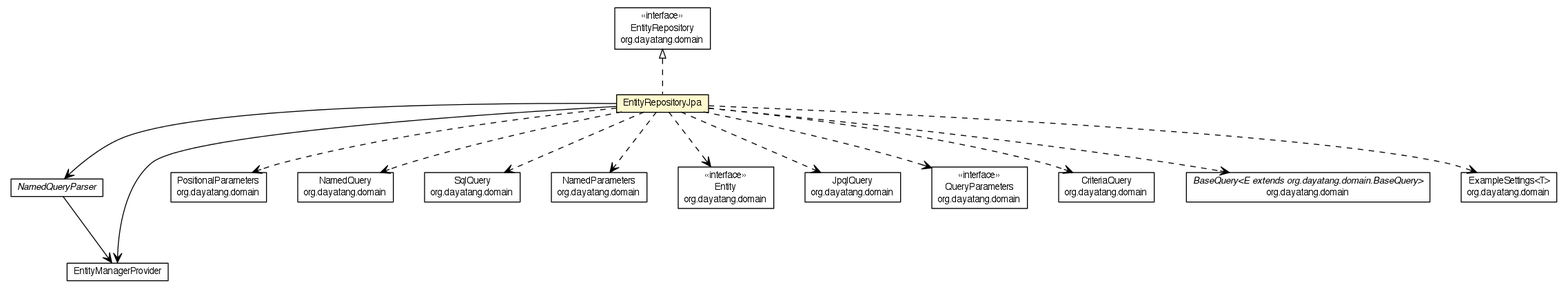
The Graphviz diagram dddlib-persistence/dddlib-persistence-jpa/apidocs/org/dayatang/persistence/jpa/EntityRepositoryJpa.png in dayatang/dddlib, before a commit. Its source is kept beside it as dddlib-persistence/dddlib-persistence-jpa/apidocs/org/dayatang/persistence/jpa/EntityRepositoryJpa.dot.
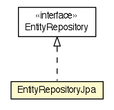
Above is the later version.

The edit, as a diff of the source:
```diff
@@ -4,102 +4,16 @@
 	node [fontname="Helvetica",fontsize=10,shape=plaintext];
 	nodesep=0.25;
 	ranksep=0.5;
-	c51 [label=<<table title="org.dayatang.persistence.jpa.NamedQueryParser" border="0" cellborder="1" cellspacing="0" cellpadding="2" port="p" href="./NamedQueryParser.html">
-		<tr><td><table border="0" cellspacing="0" cellpadding="1">
-<tr><td align="center" balign="center"><font face="Helvetica-Oblique"> NamedQueryParser </font></td></tr>
-		</table></td></tr>
-		</table>>, URL="./NamedQueryParser.html", fontname="Helvetica", fontcolor="black", fontsize=10.0];
-	c52 [label=<<table title="org.dayatang.persistence.jpa.EntityRepositoryJpa" border="0" cellborder="1" cellspacing="0" cellpadding="2" port="p" bgcolor="lemonChiffon" href="./EntityRepositoryJpa.html">
+	c26 [label=<<table title="org.dayatang.persistence.jpa.EntityRepositoryJpa" border="0" cellborder="1" cellspacing="0" cellpadding="2" port="p" bgcolor="lemonChiffon" href="./EntityRepositoryJpa.html">
 		<tr><td><table border="0" cellspacing="0" cellpadding="1">
 <tr><td align="center" balign="center"> EntityRepositoryJpa </td></tr>
 		</table></td></tr>
 		</table>>, URL="./EntityRepositoryJpa.html", fontname="Helvetica", fontcolor="black", fontsize=10.0];
-	c53 [label=<<table title="org.dayatang.persistence.jpa.EntityManagerProvider" border="0" cellborder="1" cellspacing="0" cellpadding="2" port="p" href="./EntityManagerProvider.html">
-		<tr><td><table border="0" cellspacing="0" cellpadding="1">
-<tr><td align="center" balign="center"> EntityManagerProvider </td></tr>
-		</table></td></tr>
-		</table>>, URL="./EntityManagerProvider.html", fontname="Helvetica", fontcolor="black", fontsize=10.0];
-	c57:p -> c52:p [dir=back,arrowtail=empty,style=dashed];
-	c51:p -> c53:p [taillabel="", label=" "headlabel="", fontname="Helvetica", fontcolor="black", fontsize=10.0, color="black", arrowhead=open];
-	c52:p -> c51:p [taillabel="", label=" "headlabel="", fontname="Helvetica", fontcolor="black", fontsize=10.0, color="black", arrowhead=open];
-	c52:p -> c53:p [taillabel="", label=" "headlabel="", fontname="Helvetica", fontcolor="black", fontsize=10.0, color="black", arrowhead=open];
-	c52:p -> c58:p [taillabel="", label=" "headlabel="", fontname="Helvetica", fontcolor="black", fontsize=10.0, color="black", arrowhead=open, style=dashed];
-	c52:p -> c59:p [taillabel="", label=" "headlabel="", fontname="Helvetica", fontcolor="black", fontsize=10.0, color="black", arrowhead=open, style=dashed];
-	c52:p -> c60:p [taillabel="", label=" "headlabel="", fontname="Helvetica", fontcolor="black", fontsize=10.0, color="black", arrowhead=open, style=dashed];
-	c52:p -> c61:p [taillabel="", label=" "headlabel="", fontname="Helvetica", fontcolor="black", fontsize=10.0, color="black", arrowhead=open, style=dashed];
-	c52:p -> c62:p [taillabel="", label=" "headlabel="", fontname="Helvetica", fontcolor="black", fontsize=10.0, color="black", arrowhead=open, style=dashed];
-	c52:p -> c63:p [taillabel="", label=" "headlabel="", fontname="Helvetica", fontcolor="black", fontsize=10.0, color="black", arrowhead=open, style=dashed];
-	c52:p -> c64:p [taillabel="", label=" "headlabel="", fontname="Helvetica", fontcolor="black", fontsize=10.0, color="black", arrowhead=open, style=dashed];
-	c52:p -> c65:p [taillabel="", label=" "headlabel="", fontname="Helvetica", fontcolor="black", fontsize=10.0, color="black", arrowhead=open, style=dashed];
-	c52:p -> c66:p [taillabel="", label=" "headlabel="", fontname="Helvetica", fontcolor="black", fontsize=10.0, color="black", arrowhead=open, style=dashed];
-	c52:p -> c67:p [taillabel="", label=" "headlabel="", fontname="Helvetica", fontcolor="black", fontsize=10.0, color="black", arrowhead=open, style=dashed];
-	c61 [label=<<table title="org.dayatang.domain.NamedParameters" border="0" cellborder="1" cellspacing="0" cellpadding="2" port="p" href="http://java.sun.com/j2se/1.4.2/docs/api/org/dayatang/domain/NamedParameters.html">
-		<tr><td><table border="0" cellspacing="0" cellpadding="1">
-<tr><td align="center" balign="center"> NamedParameters </td></tr>
-<tr><td align="center" balign="center"> org.dayatang.domain </td></tr>
-		</table></td></tr>
-		</table>>, URL="http://java.sun.com/j2se/1.4.2/docs/api/org/dayatang/domain/NamedParameters.html", fontname="Helvetica", fontcolor="black", fontsize=10.0];
-	c67 [label=<<table title="org.dayatang.domain.ExampleSettings" border="0" cellborder="1" cellspacing="0" cellpadding="2" port="p" href="http://java.sun.com/j2se/1.4.2/docs/api/org/dayatang/domain/ExampleSettings.html">
-		<tr><td><table border="0" cellspacing="0" cellpadding="1">
-<tr><td align="center" balign="center"> ExampleSettings&lt;T&gt; </td></tr>
-<tr><td align="center" balign="center"> org.dayatang.domain </td></tr>
-		</table></td></tr>
-		</table>>, URL="http://java.sun.com/j2se/1.4.2/docs/api/org/dayatang/domain/ExampleSettings.html", fontname="Helvetica", fontcolor="black", fontsize=10.0];
-	c65 [label=<<table title="org.dayatang.domain.CriteriaQuery" border="0" cellborder="1" cellspacing="0" cellpadding="2" port="p" href="http://java.sun.com/j2se/1.4.2/docs/api/org/dayatang/domain/CriteriaQuery.html">
-		<tr><td><table border="0" cellspacing="0" cellpadding="1">
-<tr><td align="center" balign="center"> CriteriaQuery </td></tr>
-<tr><td align="center" balign="center"> org.dayatang.domain </td></tr>
-		</table></td></tr>
-		</table>>, URL="http://java.sun.com/j2se/1.4.2/docs/api/org/dayatang/domain/CriteriaQuery.html", fontname="Helvetica", fontcolor="black", fontsize=10.0];
-	c59 [label=<<table title="org.dayatang.domain.NamedQuery" border="0" cellborder="1" cellspacing="0" cellpadding="2" port="p" href="http://java.sun.com/j2se/1.4.2/docs/api/org/dayatang/domain/NamedQuery.html">
-		<tr><td><table border="0" cellspacing="0" cellpadding="1">
-<tr><td align="center" balign="center"> NamedQuery </td></tr>
-<tr><td align="center" balign="center"> org.dayatang.domain </td></tr>
-		</table></td></tr>
-		</table>>, URL="http://java.sun.com/j2se/1.4.2/docs/api/org/dayatang/domain/NamedQuery.html", fontname="Helvetica", fontcolor="black", fontsize=10.0];
-	c58 [label=<<table title="org.dayatang.domain.PositionalParameters" border="0" cellborder="1" cellspacing="0" cellpadding="2" port="p" href="http://java.sun.com/j2se/1.4.2/docs/api/org/dayatang/domain/PositionalParameters.html">
-		<tr><td><table border="0" cellspacing="0" cellpadding="1">
-<tr><td align="center" balign="center"> PositionalParameters </td></tr>
-<tr><td align="center" balign="center"> org.dayatang.domain </td></tr>
-		</table></td></tr>
-		</table>>, URL="http://java.sun.com/j2se/1.4.2/docs/api/org/dayatang/domain/PositionalParameters.html", fontname="Helvetica", fontcolor="black", fontsize=10.0];
-	c64 [label=<<table title="org.dayatang.domain.QueryParameters" border="0" cellborder="1" cellspacing="0" cellpadding="2" port="p" href="http://java.sun.com/j2se/1.4.2/docs/api/org/dayatang/domain/QueryParameters.html">
-		<tr><td><table border="0" cellspacing="0" cellpadding="1">
-<tr><td align="center" balign="center"> &#171;interface&#187; </td></tr>
-<tr><td align="center" balign="center"> QueryParameters </td></tr>
-<tr><td align="center" balign="center"> org.dayatang.domain </td></tr>
-		</table></td></tr>
-		</table>>, URL="http://java.sun.com/j2se/1.4.2/docs/api/org/dayatang/domain/QueryParameters.html", fontname="Helvetica", fontcolor="black", fontsize=10.0];
-	c63 [label=<<table title="org.dayatang.domain.JpqlQuery" border="0" cellborder="1" cellspacing="0" cellpadding="2" port="p" href="http://java.sun.com/j2se/1.4.2/docs/api/org/dayatang/domain/JpqlQuery.html">
-		<tr><td><table border="0" cellspacing="0" cellpadding="1">
-<tr><td align="center" balign="center"> JpqlQuery </td></tr>
-<tr><td align="center" balign="center"> org.dayatang.domain </td></tr>
-		</table></td></tr>
-		</table>>, URL="http://java.sun.com/j2se/1.4.2/docs/api/org/dayatang/domain/JpqlQuery.html", fontname="Helvetica", fontcolor="black", fontsize=10.0];
-	c60 [label=<<table title="org.dayatang.domain.SqlQuery" border="0" cellborder="1" cellspacing="0" cellpadding="2" port="p" href="http://java.sun.com/j2se/1.4.2/docs/api/org/dayatang/domain/SqlQuery.html">
-		<tr><td><table border="0" cellspacing="0" cellpadding="1">
-<tr><td align="center" balign="center"> SqlQuery </td></tr>
-<tr><td align="center" balign="center"> org.dayatang.domain </td></tr>
-		</table></td></tr>
-		</table>>, URL="http://java.sun.com/j2se/1.4.2/docs/api/org/dayatang/domain/SqlQuery.html", fontname="Helvetica", fontcolor="black", fontsize=10.0];
-	c57 [label=<<table title="org.dayatang.domain.EntityRepository" border="0" cellborder="1" cellspacing="0" cellpadding="2" port="p" href="http://java.sun.com/j2se/1.4.2/docs/api/org/dayatang/domain/EntityRepository.html">
+	c31:p -> c26:p [dir=back,arrowtail=empty,style=dashed];
+	c31 [label=<<table title="org.dayatang.domain.EntityRepository" border="0" cellborder="1" cellspacing="0" cellpadding="2" port="p">
 		<tr><td><table border="0" cellspacing="0" cellpadding="1">
 <tr><td align="center" balign="center"> &#171;interface&#187; </td></tr>
 <tr><td align="center" balign="center"> EntityRepository </td></tr>
-<tr><td align="center" balign="center"> org.dayatang.domain </td></tr>
 		</table></td></tr>
-		</table>>, URL="http://java.sun.com/j2se/1.4.2/docs/api/org/dayatang/domain/EntityRepository.html", fontname="Helvetica", fontcolor="black", fontsize=10.0];
-	c62 [label=<<table title="org.dayatang.domain.Entity" border="0" cellborder="1" cellspacing="0" cellpadding="2" port="p" href="http://java.sun.com/j2se/1.4.2/docs/api/org/dayatang/domain/Entity.html">
-		<tr><td><table border="0" cellspacing="0" cellpadding="1">
-<tr><td align="center" balign="center"> &#171;interface&#187; </td></tr>
-<tr><td align="center" balign="center"> Entity </td></tr>
-<tr><td align="center" balign="center"> org.dayatang.domain </td></tr>
-		</table></td></tr>
-		</table>>, URL="http://java.sun.com/j2se/1.4.2/docs/api/org/dayatang/domain/Entity.html", fontname="Helvetica", fontcolor="black", fontsize=10.0];
-	c66 [label=<<table title="org.dayatang.domain.BaseQuery" border="0" cellborder="1" cellspacing="0" cellpadding="2" port="p" href="http://java.sun.com/j2se/1.4.2/docs/api/org/dayatang/domain/BaseQuery.html">
-		<tr><td><table border="0" cellspacing="0" cellpadding="1">
-<tr><td align="center" balign="center"><font face="Helvetica-Oblique"> BaseQuery&lt;E extends org.dayatang.domain.BaseQuery&gt; </font></td></tr>
-<tr><td align="center" balign="center"> org.dayatang.domain </td></tr>
-		</table></td></tr>
-		</table>>, URL="http://java.sun.com/j2se/1.4.2/docs/api/org/dayatang/domain/BaseQuery.html", fontname="Helvetica", fontcolor="black", fontsize=10.0];
+		</table>>, URL="null", fontname="Helvetica", fontcolor="black", fontsize=10.0];
 }
```
